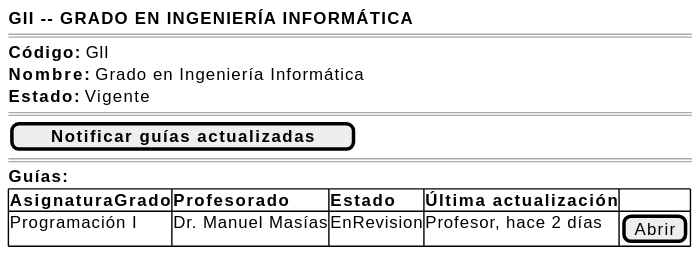
Before: images/RUP/01-requisitos/03-detalle-casos-uso/abrirPrograma/wireframe-porDirectorPrograma.svg, a diagram exported from PlantUML (mmasias/pyCeldaPublico). Source of this version:
```plantuml
@startsalt abrirGrado-wireframe-porDirectorGrado
{
    <b>GII -- GRADO EN INGENIERÍA INFORMÁTICA</b>
    ====
    <b>Código:</b> GII
    <b>Nombre:</b> Grado en Ingeniería Informática
    <b>Estado:</b> Vigente
    ====
    [ <b>Notificar guías actualizadas</b> ]
    ====
    <b>Guías:</b>
    {#
        <b>AsignaturaGrado | <b>Profesorado | <b>Estado | <b>Última actualización | .
        Programación I | Dr. Manuel Masías | EnRevision | Profesor, hace 2 días | [Abrir]
    }
}
@endsalt
```
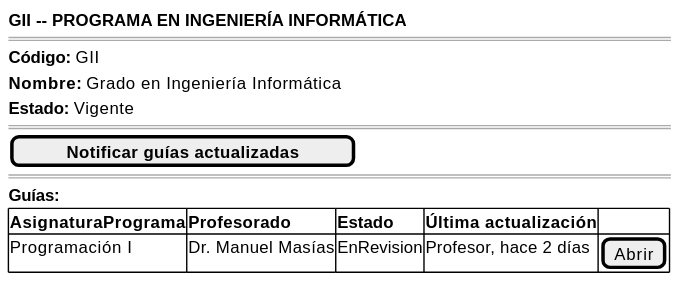
The same file after the commit.

The edit, as a diff of the source:
```diff
@@ -1,6 +1,6 @@
-@startsalt abrirGrado-wireframe-porDirectorGrado
+@startsalt abrirPrograma-wireframe-porDirectorPrograma
 {
-    <b>GII -- GRADO EN INGENIERÍA INFORMÁTICA</b>
+    <b>GII -- PROGRAMA EN INGENIERÍA INFORMÁTICA</b>
     ====
     <b>Código:</b> GII
     <b>Nombre:</b> Grado en Ingeniería Informática
@@ -10,7 +10,7 @@
     ====
     <b>Guías:</b>
     {#
-        <b>AsignaturaGrado | <b>Profesorado | <b>Estado | <b>Última actualización | .
+        <b>AsignaturaPrograma | <b>Profesorado | <b>Estado | <b>Última actualización | .
         Programación I | Dr. Manuel Masías | EnRevision | Profesor, hace 2 días | [Abrir]
     }
 }
```
